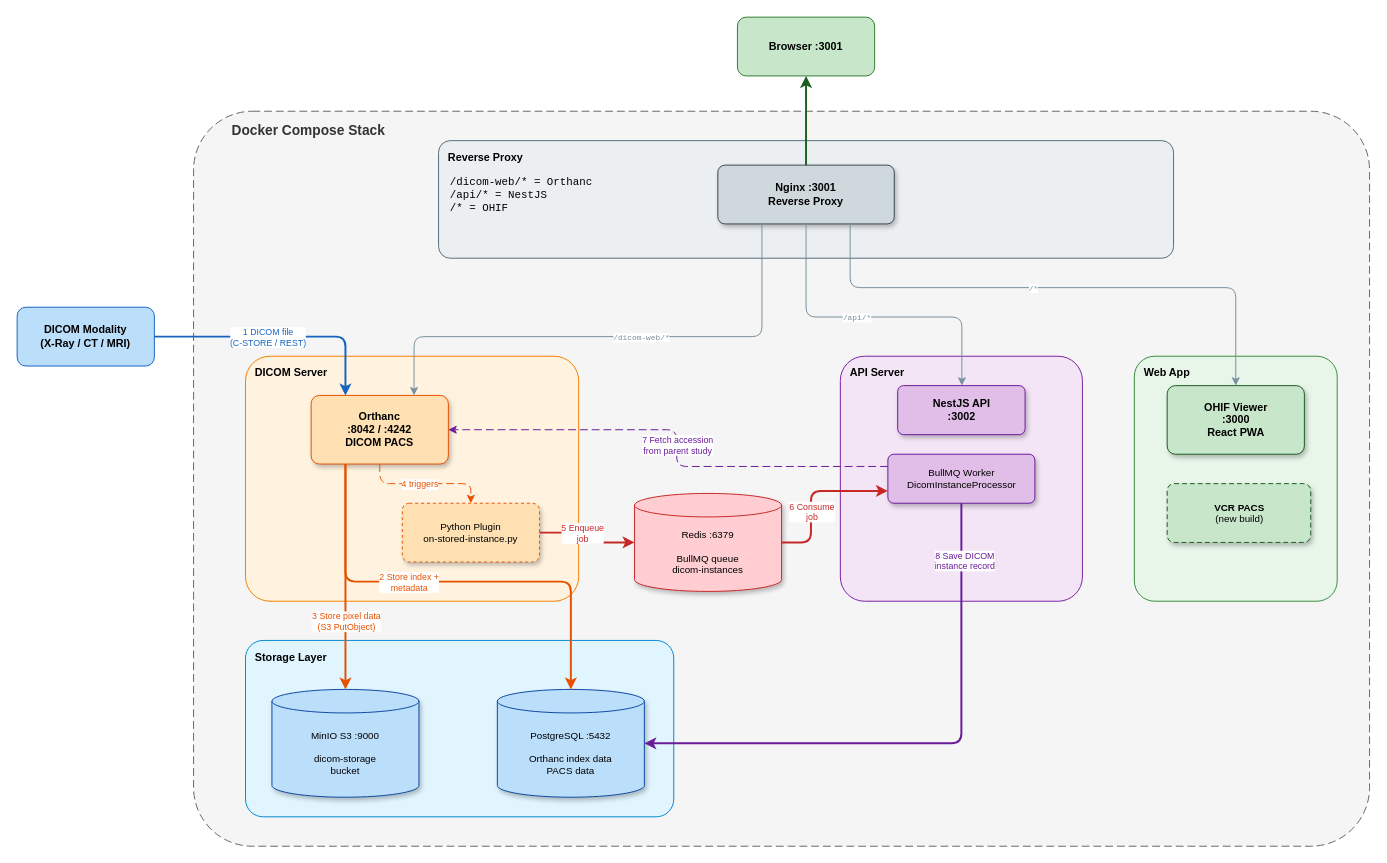
The draw.io diagram platform/app/.recipes/Nginx-Orthanc-Postgres/architecture.drawio in kdouglass424/ohif-viewer, before the edit. Source tidied: cells renumbered, new cells numbered last; positions are measured from the earlier drawing's top-left corner, leaving out a move shared by most shapes. Both pictures are drawn from the tidied source at 98%, with x=0, y=0 at pixel (17, 17).
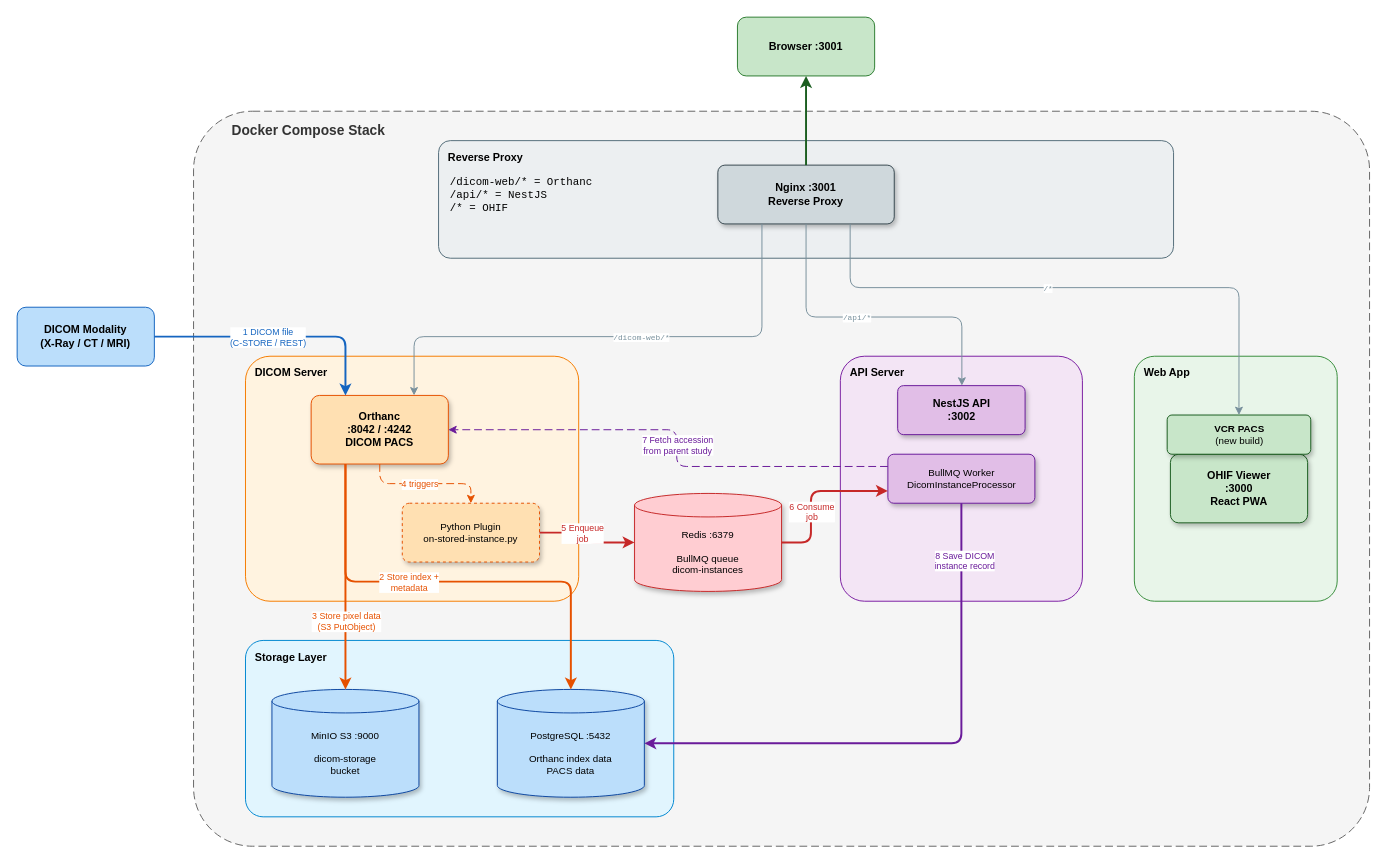
The same page after the edit.

Unchanged cells that the change refers to:
```xml
<mxCell id="19" value="Nginx :3001&#10;Reverse Proxy" style="rounded=1;whiteSpace=wrap;html=1;fillColor=#CFD8DC;strokeColor=#37474F;fontSize=11;fontStyle=1;arcSize=12;shadow=1;" parent="1" vertex="1">
  <mxGeometry x="715" y="151" width="180" height="60" as="geometry" />
</mxCell>
```

Diff of the diagram source:
```diff
@@
     <mxCell id="17" value="OHIF Viewer&#10;:3000&#10;React PWA" style="rounded=1;whiteSpace=wrap;html=1;fillColor=#C8E6C9;strokeColor=#1B5E20;fontSize=11;fontStyle=1;arcSize=12;shadow=1;" parent="1" vertex="1">
-      <mxGeometry x="1173.5" y="376" width="140" height="70" as="geometry" />
+      <mxGeometry x="1176.8" y="446" width="140" height="70" as="geometry" />
     </mxCell>
-    <mxCell id="18" value="&lt;b&gt;VCR PACS&lt;/b&gt;&lt;div&gt;(new build)&lt;/div&gt;" style="rounded=1;whiteSpace=wrap;html=1;fillColor=#C8E6C9;strokeColor=#1B5E20;fontSize=10;arcSize=12;shadow=1;dashed=1;dashPattern=5 3;" parent="1" vertex="1">
-      <mxGeometry x="1173.5" y="476" width="146.5" height="60" as="geometry" />
+    <mxCell id="18" value="&lt;b&gt;&lt;font style=&quot;color: rgb(0, 0, 0);&quot;&gt;VCR PACS&lt;/font&gt;&lt;/b&gt;&lt;div&gt;&lt;font style=&quot;color: rgb(0, 0, 0);&quot;&gt;(new build)&lt;/font&gt;&lt;/div&gt;" style="rounded=1;whiteSpace=wrap;html=1;fillColor=#C8E6C9;strokeColor=#1B5E20;fontSize=10;arcSize=12;shadow=1;" parent="1" vertex="1">
+      <mxGeometry x="1173.5" y="406" width="146.5" height="40" as="geometry" />
     </mxCell>
@@
-    <mxCell id="42" style="edgeStyle=orthogonalEdgeStyle;rounded=1;jettySize=auto;html=1;strokeColor=#78909C;strokeWidth=1;entryX=0.5;entryY=0;entryDx=0;entryDy=0;exitX=0.75;exitY=1;exitDx=0;exitDy=0;" parent="1" edge="1" source="19" target="17">
+    <mxCell id="42" style="edgeStyle=orthogonalEdgeStyle;rounded=1;jettySize=auto;html=1;strokeColor=#78909C;strokeWidth=1;exitX=0.75;exitY=1;exitDx=0;exitDy=0;entryX=0.5;entryY=0;entryDx=0;entryDy=0;" parent="1" edge="1" source="19" target="18">
       <mxGeometry relative="1" as="geometry">
         <Array as="points">
           <mxPoint x="850" y="276" />
-          <mxPoint x="1244" y="276" />
+          <mxPoint x="1247" y="276" />
         </Array>
       </mxGeometry>
     </mxCell>
```
